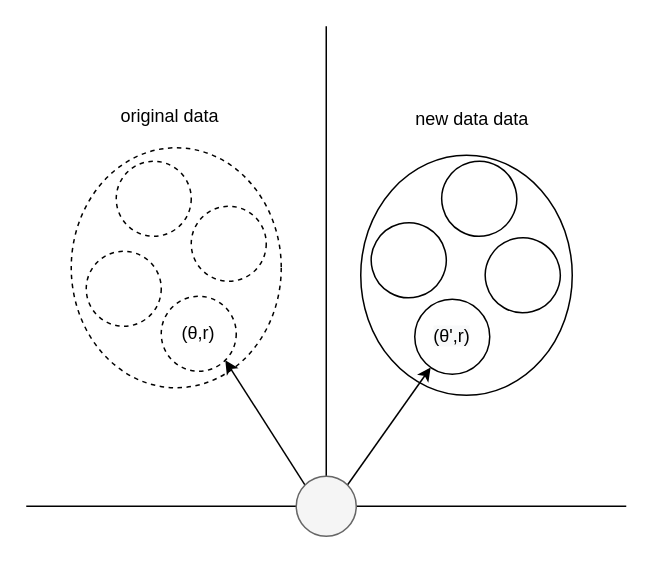
PouceHeure/ros_detection_legs keeps this draw.io diagram as page "raising" (3 of 4) of .doc/ros_detection_legs.drawio. Above is the earlier version. Source tidied: cells renumbered, new cells numbered last; positions are measured from the earlier drawing's top-left corner, leaving out a move shared by most shapes. Both pictures are drawn from the tidied source at 150%, with x=0, y=0 at pixel (26, 26).
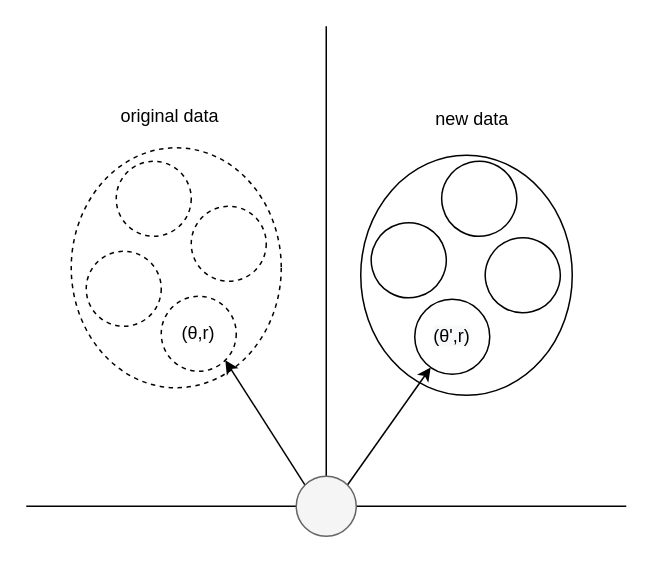
After the change.

The edit, as a diff of the source:
```diff
@@
-    <mxCell id="18" value="new data data" style="text;html=1;strokeColor=none;fillColor=none;align=center;verticalAlign=middle;whiteSpace=wrap;rounded=0;dashed=1;" parent="1" vertex="1">
+    <mxCell id="18" value="new data" style="text;html=1;strokeColor=none;fillColor=none;align=center;verticalAlign=middle;whiteSpace=wrap;rounded=0;dashed=1;" parent="1" vertex="1">
       <mxGeometry x="255" y="52" width="85" height="20" as="geometry" />
     </mxCell>
```
